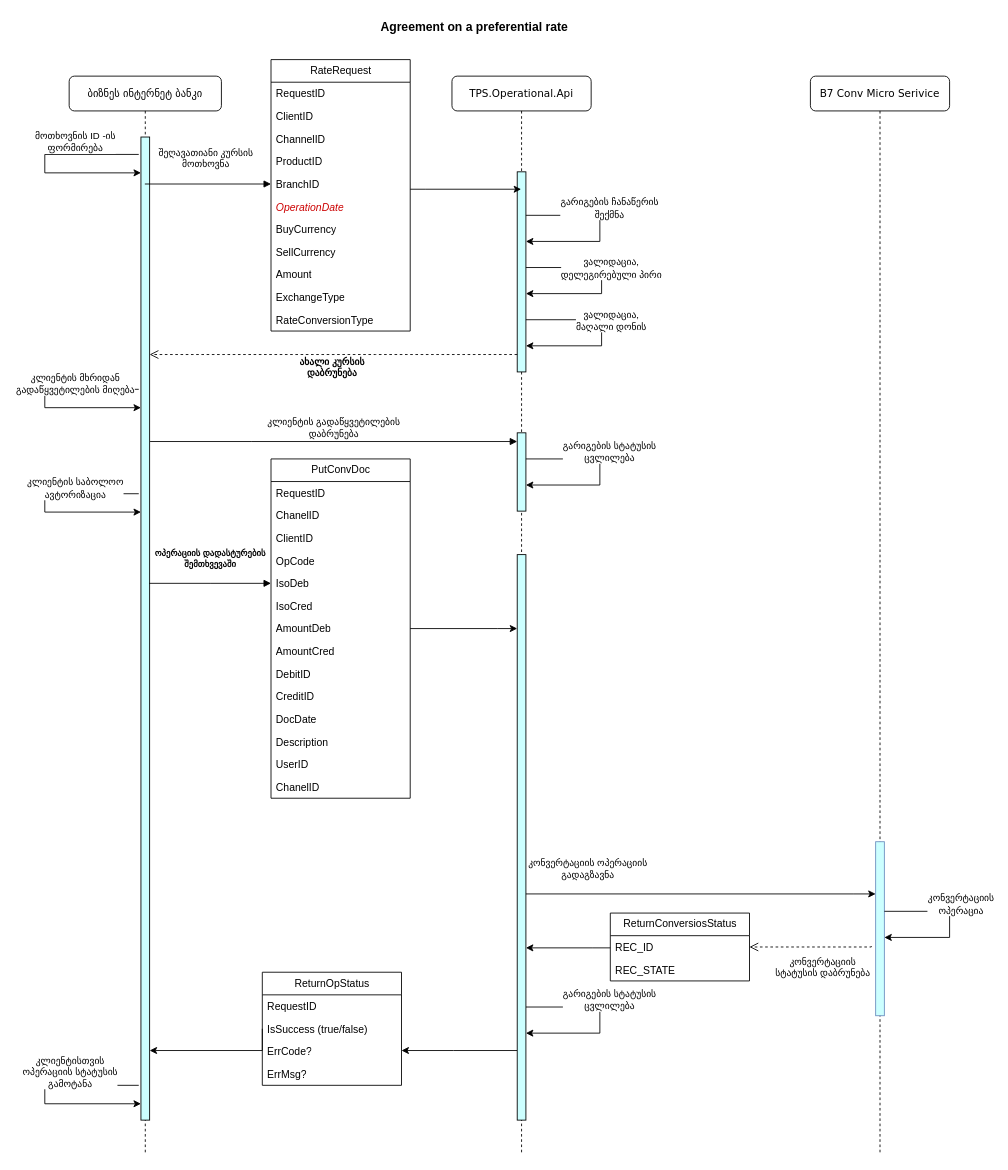
Earlier version of the draw.io diagram page "შეღავათიანიi კურსზე შეთანხმება SD" (1 of 4) of RateDealSequenceDiagramB7.drawio (vaso514d/drawio). Source tidied: cells renumbered, new cells numbered last; positions are measured from the earlier drawing's top-left corner, leaving out a move shared by most shapes. Both pictures are drawn from the tidied source at 87%, with x=0, y=0 at pixel (44, 15).
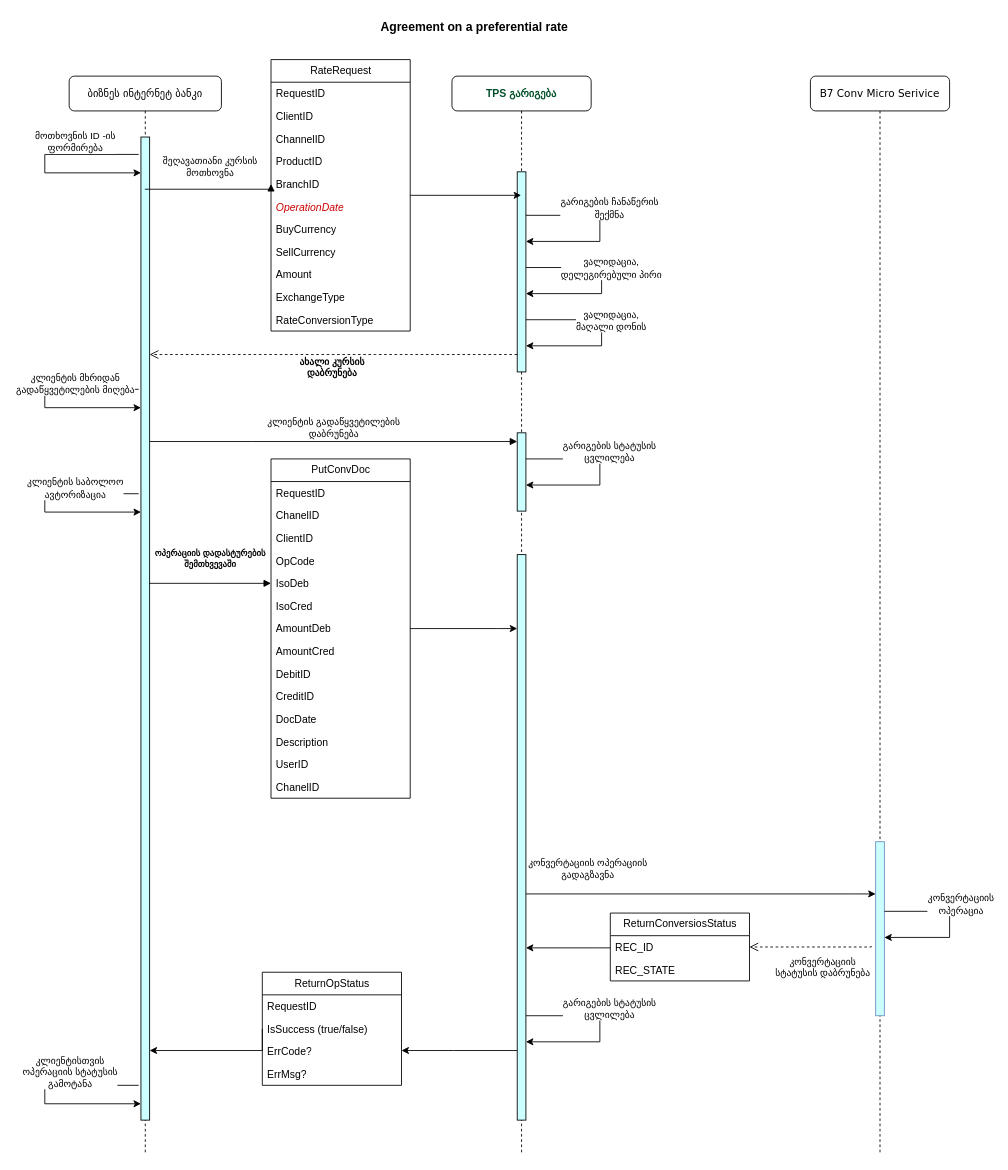
After the change.

The change refers to these unchanged cells:
```xml
<mxCell id="2" value="ბიზნეს ინტერნეტ ბანკი" style="shape=umlLifeline;perimeter=lifelinePerimeter;whiteSpace=wrap;html=1;outlineConnect=0;rounded=1;shadow=0;comic=0;labelBackgroundColor=none;strokeWidth=1;fontFamily=Verdana;fontSize=12;align=center;" parent="1" vertex="1">
  <mxGeometry x="28" y="70" width="175" height="1240" as="geometry" />
</mxCell>
<mxCell id="26" value="RateRequest" style="swimlane;fontStyle=0;horizontal=1;startSize=26;fillColor=none;html=1;fontColor=#000000;" parent="1" vertex="1">
  <mxGeometry x="260" y="51" width="160" height="312" as="geometry" />
</mxCell>
<mxCell id="31" value="BranchID" style="text;strokeColor=none;fillColor=none;align=left;verticalAlign=top;spacingLeft=4;spacingRight=4;overflow=hidden;points=[[0,0.5],[1,0.5]];portConstraint=eastwest;whiteSpace=wrap;html=1;fontColor=#000000;" parent="26" vertex="1">
  <mxGeometry y="130" width="160" height="26" as="geometry" />
</mxCell>
```

Change to the diagram source:
```diff
@@
-    <mxCell id="10" value="TPS.Operational.Api" style="shape=umlLifeline;perimeter=lifelinePerimeter;whiteSpace=wrap;html=1;outlineConnect=0;rounded=1;shadow=0;comic=0;labelBackgroundColor=none;strokeWidth=1;fontFamily=Verdana;fontSize=12;align=center;" parent="1" vertex="1">
+    <mxCell id="10" value="&lt;b style=&quot;border-color: var(--border-color); font-family: Helvetica; color: rgb(0, 79, 40);&quot;&gt;TPS გარიგება&lt;/b&gt;" style="shape=umlLifeline;perimeter=lifelinePerimeter;whiteSpace=wrap;html=1;outlineConnect=0;rounded=1;shadow=0;comic=0;labelBackgroundColor=none;strokeWidth=1;fontFamily=Verdana;fontSize=12;align=center;" parent="1" vertex="1">
       <mxGeometry x="468" y="70" width="160" height="1240" as="geometry" />
     </mxCell>
@@
     <mxCell id="19" style="endArrow=classic;html=1;rounded=0;strokeColor=default;edgeStyle=orthogonalEdgeStyle;" parent="10" edge="1">
       <mxGeometry relative="1" as="geometry">
-        <mxPoint x="85" y="1070" as="sourcePoint" />
-        <mxPoint x="85" y="1100" as="targetPoint" />
+        <mxPoint x="85" y="1080" as="sourcePoint" />
+        <mxPoint x="85" y="1110" as="targetPoint" />
         <Array as="points">
-          <mxPoint x="170" y="1070.5" />
-          <mxPoint x="170" y="1100.5" />
+          <mxPoint x="170" y="1080.5" />
+          <mxPoint x="170" y="1110.5" />
         </Array>
       </mxGeometry>
     </mxCell>
@@
     <mxCell id="23" value="შეღავათიანი კურსის&lt;br&gt;მოთხოვნა" style="html=1;verticalAlign=bottom;endArrow=block;edgeStyle=elbowEdgeStyle;elbow=vertical;curved=0;rounded=0;entryX=0;entryY=0.5;entryDx=0;entryDy=0;" parent="1" edge="1" source="2" target="31">
-      <mxGeometry x="-0.03" y="14" relative="1" as="geometry">
+      <mxGeometry x="-0.01" y="10" relative="1" as="geometry">
         <Array as="points">
+          <mxPoint x="160" y="200" />
           <mxPoint x="168" y="194" />
           <mxPoint x="158" y="210" />
           <mxPoint x="168" y="190" />
         </Array>
       </mxGeometry>
     </mxCell>
@@
     <mxCell id="25" style="edgeStyle=orthogonalEdgeStyle;rounded=0;jettySize=auto;html=1;" parent="1" edge="1" source="26" target="10">
       <mxGeometry relative="1" as="geometry">
         <Array as="points">
-          <mxPoint x="438" y="200" />
-          <mxPoint x="438" y="200" />
+          <mxPoint x="490" y="230" />
+          <mxPoint x="490" y="230" />
         </Array>
       </mxGeometry>
     </mxCell>
```
